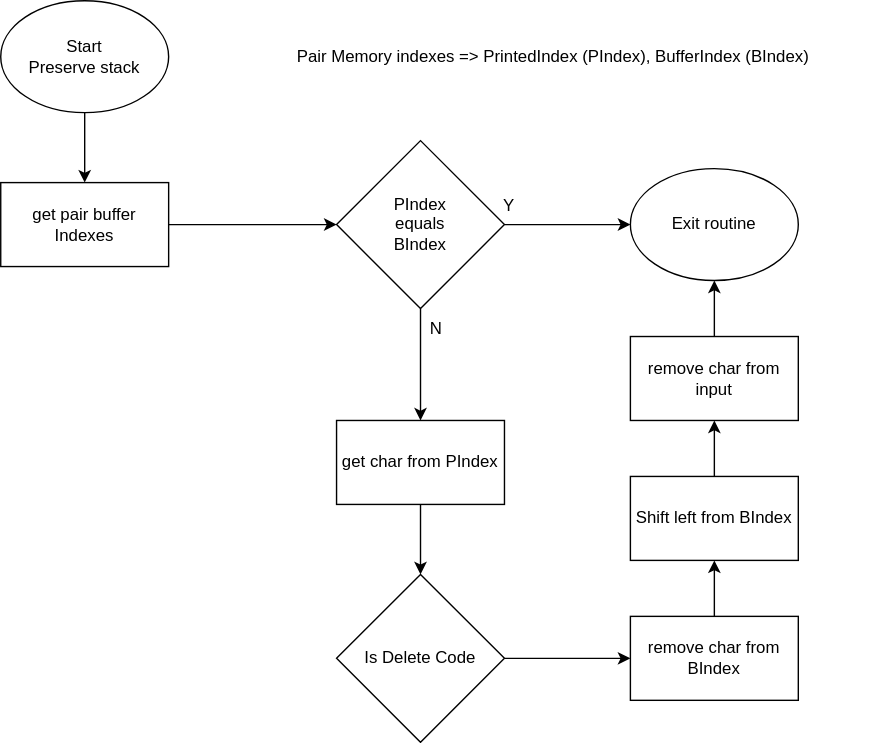
Earlier version of the draw.io export doc/clients/diagrams/print_buffer.drawio.svg (dgzornoza/RetroAdventureCreator). Source tidied: cells renumbered, new cells last; positions are measured from the earlier drawing's top-left corner, leaving out a move shared by most shapes. Its diagram source:
```xml
<mxGraphModel>
  <root>
    <mxCell id="0" />
    <mxCell id="1" parent="0" />
    <mxCell id="2" style="edgeStyle=none;html=1;entryX=0.5;entryY=0;entryDx=0;entryDy=0;" parent="1" edge="1" source="3" target="12">
      <mxGeometry relative="1" as="geometry" />
    </mxCell>
    <mxCell id="3" value="Start&lt;br&gt;Preserve stack" style="ellipse;whiteSpace=wrap;html=1;fontSize=12;" parent="1" vertex="1">
      <mxGeometry width="120" height="80" as="geometry" />
    </mxCell>
    <mxCell id="4" style="edgeStyle=none;html=1;entryX=0;entryY=0.5;entryDx=0;entryDy=0;exitX=1;exitY=0.5;exitDx=0;exitDy=0;" parent="1" edge="1" source="12" target="10">
      <mxGeometry relative="1" as="geometry" />
    </mxCell>
    <mxCell id="5" value="Pair Memory indexes =&amp;gt; PrintedIndex (PIndex), BufferIndex (BIndex)" style="text;html=1;strokeColor=none;fillColor=none;align=left;verticalAlign=middle;whiteSpace=wrap;rounded=0;fontSize=12;" parent="1" vertex="1">
      <mxGeometry x="210" y="25" width="420" height="30" as="geometry" />
    </mxCell>
    <mxCell id="6" style="edgeStyle=none;html=1;entryX=0;entryY=0.5;entryDx=0;entryDy=0;" parent="1" edge="1" source="10" target="11">
      <mxGeometry relative="1" as="geometry" />
    </mxCell>
    <mxCell id="7" value="Y" style="edgeLabel;html=1;align=center;verticalAlign=middle;fontSize=12;" parent="6" vertex="1">
      <mxGeometry x="-0.67" y="1" relative="1" as="geometry">
        <mxPoint x="-13" y="-13" as="offset" />
      </mxGeometry>
    </mxCell>
    <mxCell id="8" style="edgeStyle=none;html=1;entryX=0.5;entryY=0;entryDx=0;entryDy=0;fontSize=12;" parent="1" edge="1" source="10" target="14">
      <mxGeometry relative="1" as="geometry" />
    </mxCell>
    <mxCell id="9" value="N" style="edgeLabel;html=1;align=center;verticalAlign=middle;fontSize=12;" parent="8" vertex="1">
      <mxGeometry x="-0.65" y="1" relative="1" as="geometry">
        <mxPoint x="9" as="offset" />
      </mxGeometry>
    </mxCell>
    <mxCell id="10" value="PIndex&lt;br&gt;equals&lt;br&gt;BIndex" style="rhombus;whiteSpace=wrap;html=1;" parent="1" vertex="1">
      <mxGeometry x="240" y="100" width="120" height="120" as="geometry" />
    </mxCell>
    <mxCell id="11" value="Exit routine" style="ellipse;whiteSpace=wrap;html=1;fontSize=12;" parent="1" vertex="1">
      <mxGeometry x="450" y="120" width="120" height="80" as="geometry" />
    </mxCell>
    <mxCell id="12" value="get pair buffer Indexes" style="whiteSpace=wrap;html=1;" parent="1" vertex="1">
      <mxGeometry y="130" width="120" height="60" as="geometry" />
    </mxCell>
    <mxCell id="13" style="edgeStyle=none;html=1;fontSize=12;" parent="1" edge="1" source="14" target="16">
      <mxGeometry relative="1" as="geometry" />
    </mxCell>
    <mxCell id="14" value="get char from PIndex" style="whiteSpace=wrap;html=1;" parent="1" vertex="1">
      <mxGeometry x="240" y="300" width="120" height="60" as="geometry" />
    </mxCell>
    <mxCell id="15" style="edgeStyle=none;html=1;entryX=0;entryY=0.5;entryDx=0;entryDy=0;fontSize=12;" parent="1" edge="1" source="16" target="18">
      <mxGeometry relative="1" as="geometry" />
    </mxCell>
    <mxCell id="16" value="Is Delete Code" style="rhombus;whiteSpace=wrap;html=1;" parent="1" vertex="1">
      <mxGeometry x="240" y="410" width="120" height="120" as="geometry" />
    </mxCell>
    <mxCell id="17" style="edgeStyle=none;html=1;fontSize=12;" parent="1" edge="1" source="18" target="20">
      <mxGeometry relative="1" as="geometry" />
    </mxCell>
    <mxCell id="18" value="remove char from BIndex" style="whiteSpace=wrap;html=1;" parent="1" vertex="1">
      <mxGeometry x="450" y="440" width="120" height="60" as="geometry" />
    </mxCell>
    <mxCell id="19" style="edgeStyle=none;html=1;fontSize=12;" parent="1" edge="1" source="20" target="22">
      <mxGeometry relative="1" as="geometry" />
    </mxCell>
    <mxCell id="20" value="Shift left from BIndex" style="whiteSpace=wrap;html=1;" parent="1" vertex="1">
      <mxGeometry x="450" y="340" width="120" height="60" as="geometry" />
    </mxCell>
    <mxCell id="21" style="edgeStyle=none;html=1;fontSize=12;" parent="1" edge="1" source="22" target="11">
      <mxGeometry relative="1" as="geometry" />
    </mxCell>
    <mxCell id="22" value="remove char from input" style="whiteSpace=wrap;html=1;" parent="1" vertex="1">
      <mxGeometry x="450" y="240" width="120" height="60" as="geometry" />
    </mxCell>
  </root>
</mxGraphModel>
```
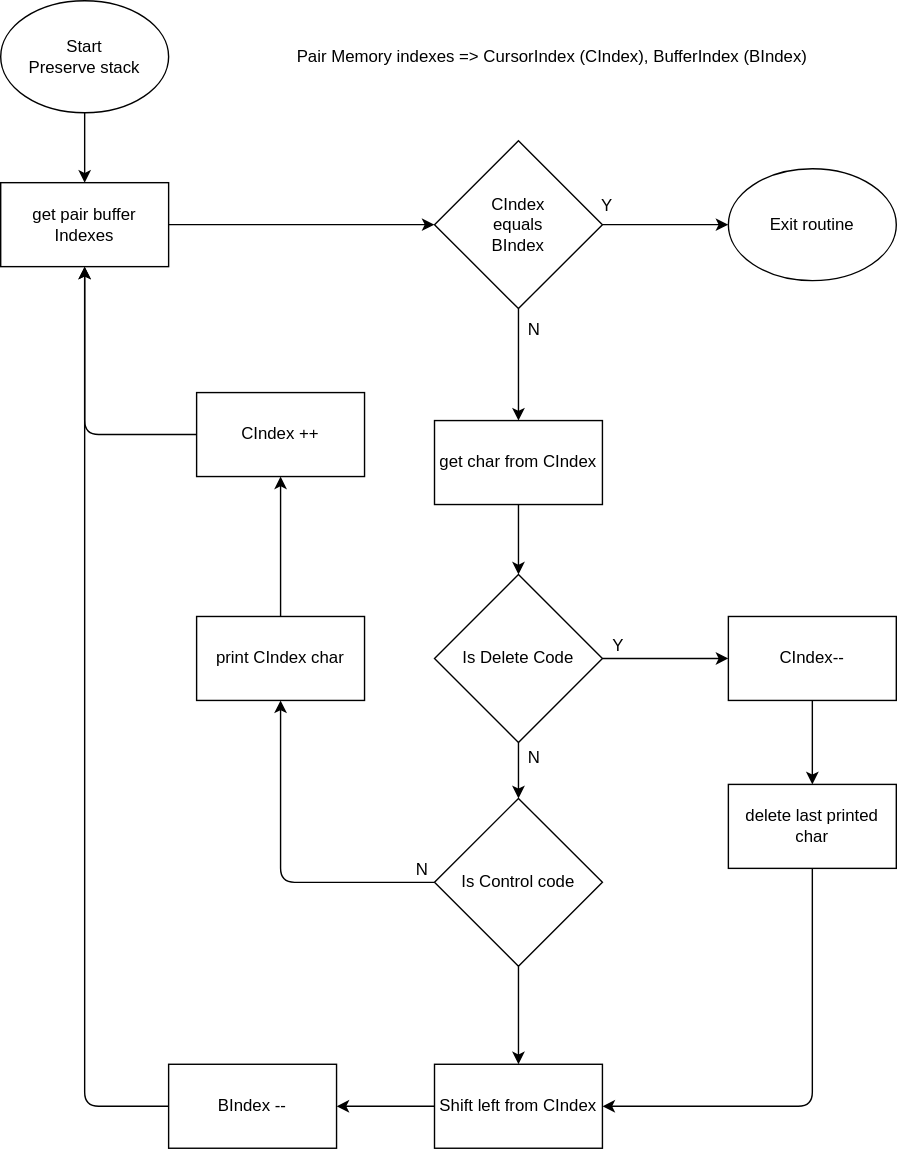
The same diagram one commit later.

The edit, as a diff of the source:
```diff
@@ -6,13 +6,13 @@
       <mxGeometry relative="1" as="geometry" />
     </mxCell>
     <mxCell id="3" value="Start&lt;br&gt;Preserve stack" style="ellipse;whiteSpace=wrap;html=1;fontSize=12;" parent="1" vertex="1">
-      <mxGeometry width="120" height="80" as="geometry" />
+      <mxGeometry x="-70" width="120" height="80" as="geometry" />
     </mxCell>
     <mxCell id="4" style="edgeStyle=none;html=1;entryX=0;entryY=0.5;entryDx=0;entryDy=0;exitX=1;exitY=0.5;exitDx=0;exitDy=0;" parent="1" edge="1" source="12" target="10">
       <mxGeometry relative="1" as="geometry" />
     </mxCell>
-    <mxCell id="5" value="Pair Memory indexes =&amp;gt; PrintedIndex (PIndex), BufferIndex (BIndex)" style="text;html=1;strokeColor=none;fillColor=none;align=left;verticalAlign=middle;whiteSpace=wrap;rounded=0;fontSize=12;" parent="1" vertex="1">
-      <mxGeometry x="210" y="25" width="420" height="30" as="geometry" />
+    <mxCell id="5" value="Pair Memory indexes =&amp;gt; CursorIndex (CIndex), BufferIndex (BIndex)" style="text;html=1;strokeColor=none;fillColor=none;align=left;verticalAlign=middle;whiteSpace=wrap;rounded=0;fontSize=12;" parent="1" vertex="1">
+      <mxGeometry x="140" y="25" width="420" height="30" as="geometry" />
     </mxCell>
     <mxCell id="6" style="edgeStyle=none;html=1;entryX=0;entryY=0.5;entryDx=0;entryDy=0;" parent="1" edge="1" source="10" target="11">
       <mxGeometry relative="1" as="geometry" />
@@ -30,44 +30,105 @@
         <mxPoint x="9" as="offset" />
       </mxGeometry>
     </mxCell>
-    <mxCell id="10" value="PIndex&lt;br&gt;equals&lt;br&gt;BIndex" style="rhombus;whiteSpace=wrap;html=1;" parent="1" vertex="1">
+    <mxCell id="10" value="CIndex&lt;br&gt;equals&lt;br&gt;BIndex" style="rhombus;whiteSpace=wrap;html=1;" parent="1" vertex="1">
       <mxGeometry x="240" y="100" width="120" height="120" as="geometry" />
     </mxCell>
     <mxCell id="11" value="Exit routine" style="ellipse;whiteSpace=wrap;html=1;fontSize=12;" parent="1" vertex="1">
       <mxGeometry x="450" y="120" width="120" height="80" as="geometry" />
     </mxCell>
     <mxCell id="12" value="get pair buffer Indexes" style="whiteSpace=wrap;html=1;" parent="1" vertex="1">
-      <mxGeometry y="130" width="120" height="60" as="geometry" />
+      <mxGeometry x="-70" y="130" width="120" height="60" as="geometry" />
     </mxCell>
     <mxCell id="13" style="edgeStyle=none;html=1;fontSize=12;" parent="1" edge="1" source="14" target="16">
       <mxGeometry relative="1" as="geometry" />
     </mxCell>
-    <mxCell id="14" value="get char from PIndex" style="whiteSpace=wrap;html=1;" parent="1" vertex="1">
+    <mxCell id="14" value="get char from CIndex" style="whiteSpace=wrap;html=1;" parent="1" vertex="1">
       <mxGeometry x="240" y="300" width="120" height="60" as="geometry" />
     </mxCell>
-    <mxCell id="15" style="edgeStyle=none;html=1;entryX=0;entryY=0.5;entryDx=0;entryDy=0;fontSize=12;" parent="1" edge="1" source="16" target="18">
+    <mxCell id="15" style="edgeStyle=none;html=1;fontSize=12;" parent="1" edge="1" source="16" target="18">
       <mxGeometry relative="1" as="geometry" />
     </mxCell>
+    <mxCell id="23" value="Y" style="edgeLabel;html=1;align=center;verticalAlign=middle;fontSize=12;" parent="15" vertex="1">
+      <mxGeometry x="-0.78" y="3" relative="1" as="geometry">
+        <mxPoint y="-7" as="offset" />
+      </mxGeometry>
+    </mxCell>
+    <mxCell id="24" style="edgeStyle=none;html=1;fontSize=12;" parent="1" edge="1" source="16" target="35">
+      <mxGeometry relative="1" as="geometry" />
+    </mxCell>
+    <mxCell id="25" value="N" style="edgeLabel;html=1;align=center;verticalAlign=middle;fontSize=12;" parent="24" vertex="1">
+      <mxGeometry x="-0.4" relative="1" as="geometry">
+        <mxPoint x="10" y="-2" as="offset" />
+      </mxGeometry>
+    </mxCell>
     <mxCell id="16" value="Is Delete Code" style="rhombus;whiteSpace=wrap;html=1;" parent="1" vertex="1">
       <mxGeometry x="240" y="410" width="120" height="120" as="geometry" />
     </mxCell>
-    <mxCell id="17" style="edgeStyle=none;html=1;fontSize=12;" parent="1" edge="1" source="18" target="20">
-      <mxGeometry relative="1" as="geometry" />
-    </mxCell>
+    <mxCell id="26" style="edgeStyle=none;html=1;fontSize=12;" parent="1" edge="1" source="18" target="39">
+      <mxGeometry relative="1" as="geometry" />
+    </mxCell>
-    <mxCell id="18" value="remove char from BIndex" style="whiteSpace=wrap;html=1;" parent="1" vertex="1">
+    <mxCell id="18" value="CIndex--" style="whiteSpace=wrap;html=1;" parent="1" vertex="1">
       <mxGeometry x="450" y="440" width="120" height="60" as="geometry" />
     </mxCell>
-    <mxCell id="19" style="edgeStyle=none;html=1;fontSize=12;" parent="1" edge="1" source="20" target="22">
-      <mxGeometry relative="1" as="geometry" />
-    </mxCell>
+    <mxCell id="27" style="edgeStyle=none;html=1;entryX=0.5;entryY=1;entryDx=0;entryDy=0;fontSize=12;" parent="1" edge="1" source="20" target="12">
+      <mxGeometry relative="1" as="geometry">
+        <Array as="points">
+          <mxPoint x="-10" y="790" />
+        </Array>
+      </mxGeometry>
+    </mxCell>
-    <mxCell id="20" value="Shift left from BIndex" style="whiteSpace=wrap;html=1;" parent="1" vertex="1">
-      <mxGeometry x="450" y="340" width="120" height="60" as="geometry" />
+    <mxCell id="20" value="BIndex --" style="whiteSpace=wrap;html=1;" parent="1" vertex="1">
+      <mxGeometry x="50" y="760" width="120" height="60" as="geometry" />
     </mxCell>
-    <mxCell id="21" style="edgeStyle=none;html=1;fontSize=12;" parent="1" edge="1" source="22" target="11">
-      <mxGeometry relative="1" as="geometry" />
-    </mxCell>
-    <mxCell id="22" value="remove char from input" style="whiteSpace=wrap;html=1;" parent="1" vertex="1">
-      <mxGeometry x="450" y="240" width="120" height="60" as="geometry" />
-    </mxCell>
+    <mxCell id="28" style="edgeStyle=none;html=1;fontSize=12;" parent="1" edge="1" source="29" target="31">
+      <mxGeometry relative="1" as="geometry" />
+    </mxCell>
+    <mxCell id="29" value="print CIndex char" style="whiteSpace=wrap;html=1;" parent="1" vertex="1">
+      <mxGeometry x="70" y="440" width="120" height="60" as="geometry" />
+    </mxCell>
+    <mxCell id="30" style="edgeStyle=none;html=1;entryX=0.5;entryY=1;entryDx=0;entryDy=0;fontSize=12;" parent="1" edge="1" source="31" target="12">
+      <mxGeometry relative="1" as="geometry">
+        <Array as="points">
+          <mxPoint x="-10" y="310" />
+        </Array>
+      </mxGeometry>
+    </mxCell>
+    <mxCell id="31" value="CIndex ++" style="whiteSpace=wrap;html=1;" parent="1" vertex="1">
+      <mxGeometry x="70" y="280" width="120" height="60" as="geometry" />
+    </mxCell>
+    <mxCell id="32" style="edgeStyle=none;html=1;entryX=0.5;entryY=1;entryDx=0;entryDy=0;fontSize=12;" parent="1" edge="1" source="35" target="29">
+      <mxGeometry relative="1" as="geometry">
+        <Array as="points">
+          <mxPoint x="130" y="630" />
+        </Array>
+      </mxGeometry>
+    </mxCell>
+    <mxCell id="33" value="N" style="edgeLabel;html=1;align=center;verticalAlign=middle;fontSize=12;" parent="32" vertex="1">
+      <mxGeometry x="-0.75" y="3" relative="1" as="geometry">
+        <mxPoint x="20" y="-13" as="offset" />
+      </mxGeometry>
+    </mxCell>
+    <mxCell id="34" style="edgeStyle=none;html=1;fontSize=12;" parent="1" edge="1" source="35" target="37">
+      <mxGeometry relative="1" as="geometry" />
+    </mxCell>
+    <mxCell id="35" value="Is Control code" style="rhombus;whiteSpace=wrap;html=1;" parent="1" vertex="1">
+      <mxGeometry x="240" y="570" width="120" height="120" as="geometry" />
+    </mxCell>
+    <mxCell id="36" style="edgeStyle=none;html=1;fontSize=12;" parent="1" edge="1" source="37" target="20">
+      <mxGeometry relative="1" as="geometry" />
+    </mxCell>
+    <mxCell id="37" value="Shift left from CIndex" style="whiteSpace=wrap;html=1;" parent="1" vertex="1">
+      <mxGeometry x="240" y="760" width="120" height="60" as="geometry" />
+    </mxCell>
+    <mxCell id="38" style="edgeStyle=none;html=1;entryX=1;entryY=0.5;entryDx=0;entryDy=0;fontSize=12;" parent="1" edge="1" source="39" target="37">
+      <mxGeometry relative="1" as="geometry">
+        <Array as="points">
+          <mxPoint x="510" y="790" />
+        </Array>
+      </mxGeometry>
+    </mxCell>
+    <mxCell id="39" value="delete last printed char" style="whiteSpace=wrap;html=1;" parent="1" vertex="1">
+      <mxGeometry x="450" y="560" width="120" height="60" as="geometry" />
+    </mxCell>
   </root>
 </mxGraphModel>
```
